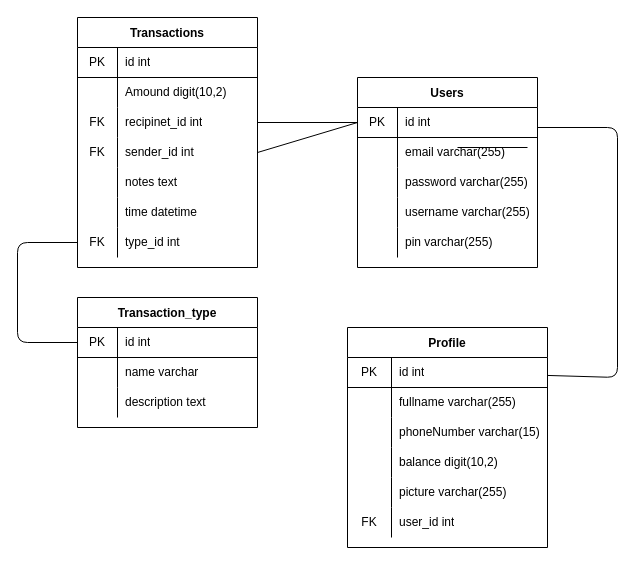
Earlier version of the draw.io diagram fw9-backend/erd.drawio (Iransitumorang/fw9-Backend). Source tidied: cells renumbered, new cells numbered last; positions are measured from the earlier drawing's top-left corner, leaving out a move shared by most shapes. Both pictures are drawn from the tidied source at 100%, with x=0, y=0 at pixel (17, 17).
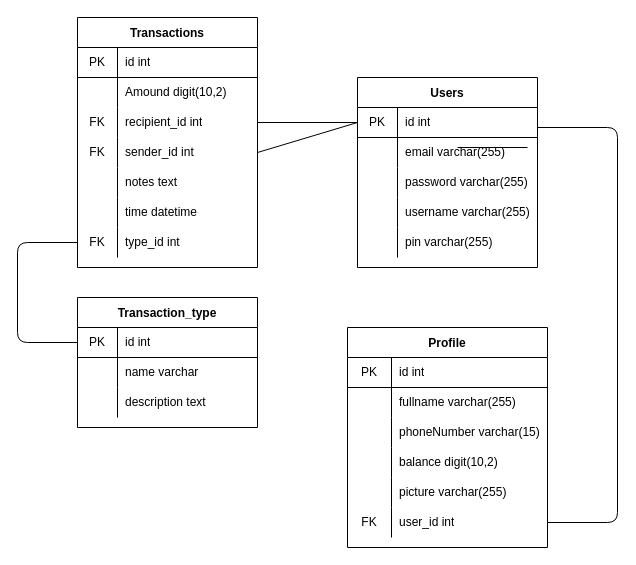
Above is the later version.

The change refers to these unchanged cells:
```xml
<mxCell id="25" style="shape=partialRectangle;html=1;whiteSpace=wrap;fillColor=none;top=0;left=0;bottom=0;right=0;points=[[0,0.5],[1,0.5]];portConstraint=eastwest;" parent="18" vertex="1">
  <mxGeometry y="90" width="180" height="30" as="geometry" />
</mxCell>
<mxCell id="51" style="shape=partialRectangle;html=1;whiteSpace=wrap;fillColor=none;top=0;left=0;bottom=1;right=0;points=[[0,0.5],[1,0.5]];portConstraint=eastwest;" parent="50" vertex="1">
  <mxGeometry y="30" width="200" height="30" as="geometry" />
</mxCell>
<mxCell id="66" style="shape=partialRectangle;html=1;whiteSpace=wrap;fillColor=none;top=0;left=0;bottom=0;right=0;points=[[0,0.5],[1,0.5]];portConstraint=eastwest;" parent="50" vertex="1">
  <mxGeometry y="180" width="200" height="30" as="geometry" />
</mxCell>
```

The edit, as a diff of the source:
```diff
@@
-    <mxCell id="27" value="recipinet_id int" style="shape=partialRectangle;html=1;whiteSpace=wrap;fillColor=none;top=0;left=0;bottom=0;right=0;align=left;spacingLeft=6;overflow=hidden;" parent="25" vertex="1">
+    <mxCell id="27" value="recipient_id int" style="shape=partialRectangle;html=1;whiteSpace=wrap;fillColor=none;top=0;left=0;bottom=0;right=0;align=left;spacingLeft=6;overflow=hidden;" parent="25" vertex="1">
       <mxGeometry x="40" width="140" height="30" as="geometry" />
     </mxCell>
@@
-    <mxCell id="73" style="endArrow=none;html=1;" parent="1" edge="1" target="51">
+    <mxCell id="73" style="endArrow=none;html=1;entryX=1;entryY=0.5;entryDx=0;entryDy=0;" parent="1" edge="1" target="66">
       <mxGeometry relative="1" as="geometry">
         <mxPoint x="520" y="110" as="sourcePoint" />
         <Array as="points">
           <mxPoint x="600" y="110" />
-          <mxPoint x="600" y="360" />
+          <mxPoint x="600" y="505" />
         </Array>
       </mxGeometry>
     </mxCell>
```
